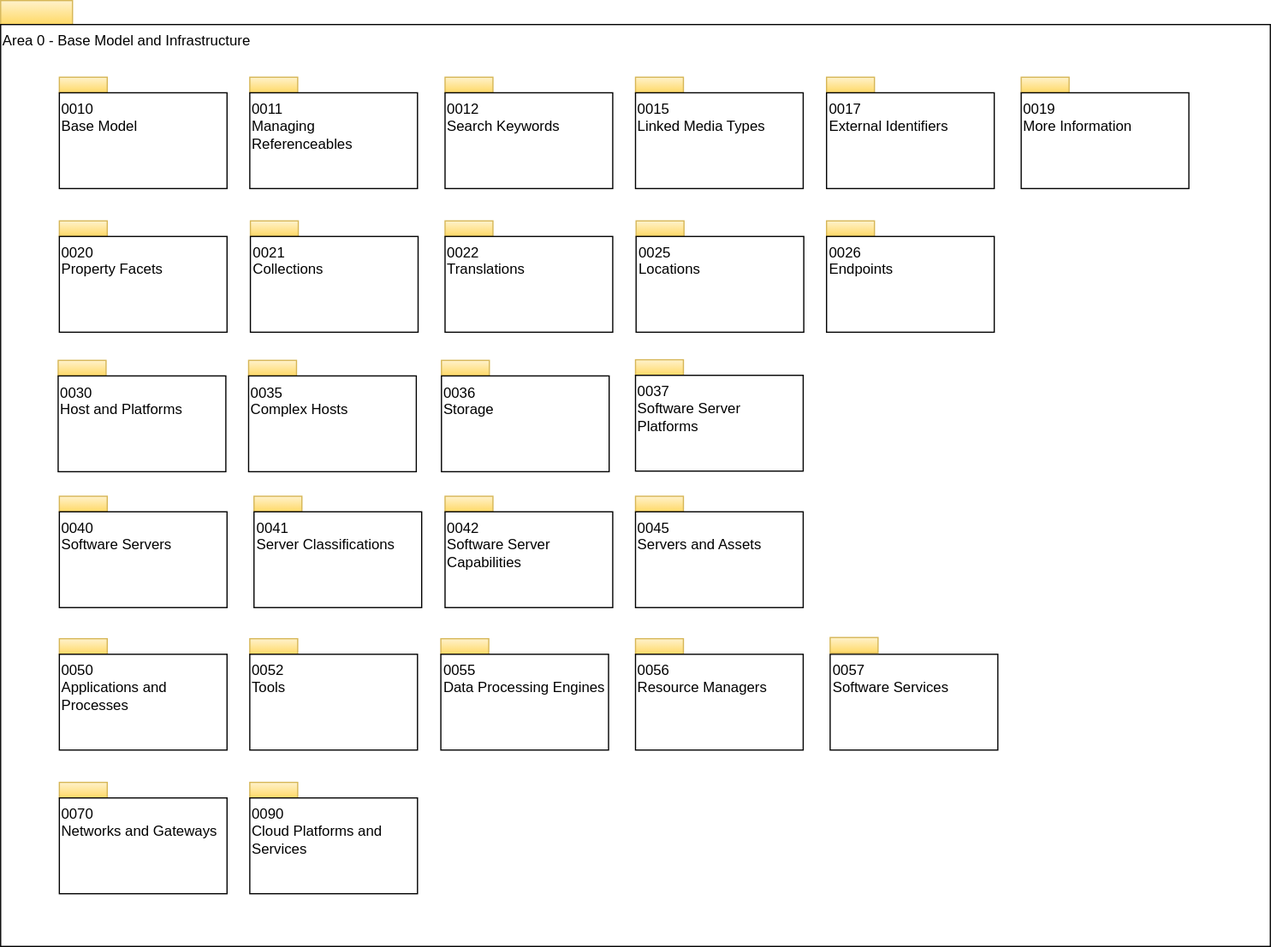
The draw.io diagram site/docs/types/0/area-0-basic-types-and-infrastructure-overview.svg in odpi/egeria-docs, before a commit. Source tidied: cells renumbered, new cells last; positions are measured from the earlier drawing's top-left corner, leaving out a move shared by most shapes.
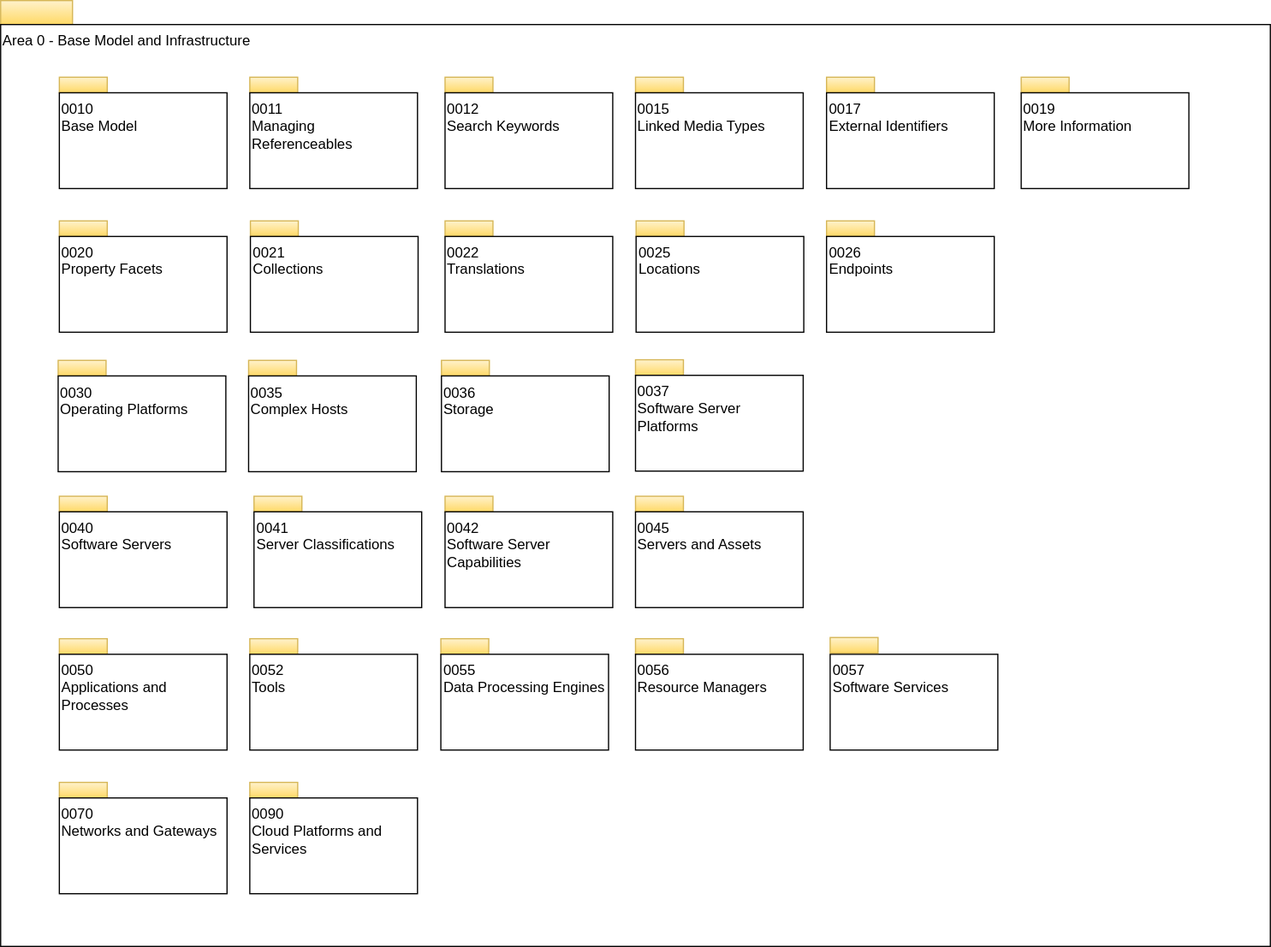
After the commit.

The edit, as a diff of the source:
```diff
@@ -41,7 +41,7 @@
     <mxCell id="14" style="rounded=0;whiteSpace=wrap;html=1;align=left;fillColor=#fff2cc;strokeColor=#d6b656;gradientColor=#ffd966;" parent="1" vertex="1">
       <mxGeometry x="48" y="300.5" width="40" height="13" as="geometry" />
     </mxCell>
-    <mxCell id="15" value="0030&lt;br&gt;Host and Platforms&lt;br&gt;" style="rounded=0;whiteSpace=wrap;html=1;align=left;verticalAlign=top;" parent="1" vertex="1">
+    <mxCell id="15" value="0030&lt;br&gt;Operating Platforms" style="rounded=0;whiteSpace=wrap;html=1;align=left;verticalAlign=top;" parent="1" vertex="1">
       <mxGeometry x="48" y="313.5" width="140" height="80" as="geometry" />
     </mxCell>
     <mxCell id="16" style="rounded=0;whiteSpace=wrap;html=1;align=left;fillColor=#fff2cc;strokeColor=#d6b656;gradientColor=#ffd966;" parent="1" vertex="1">
```
